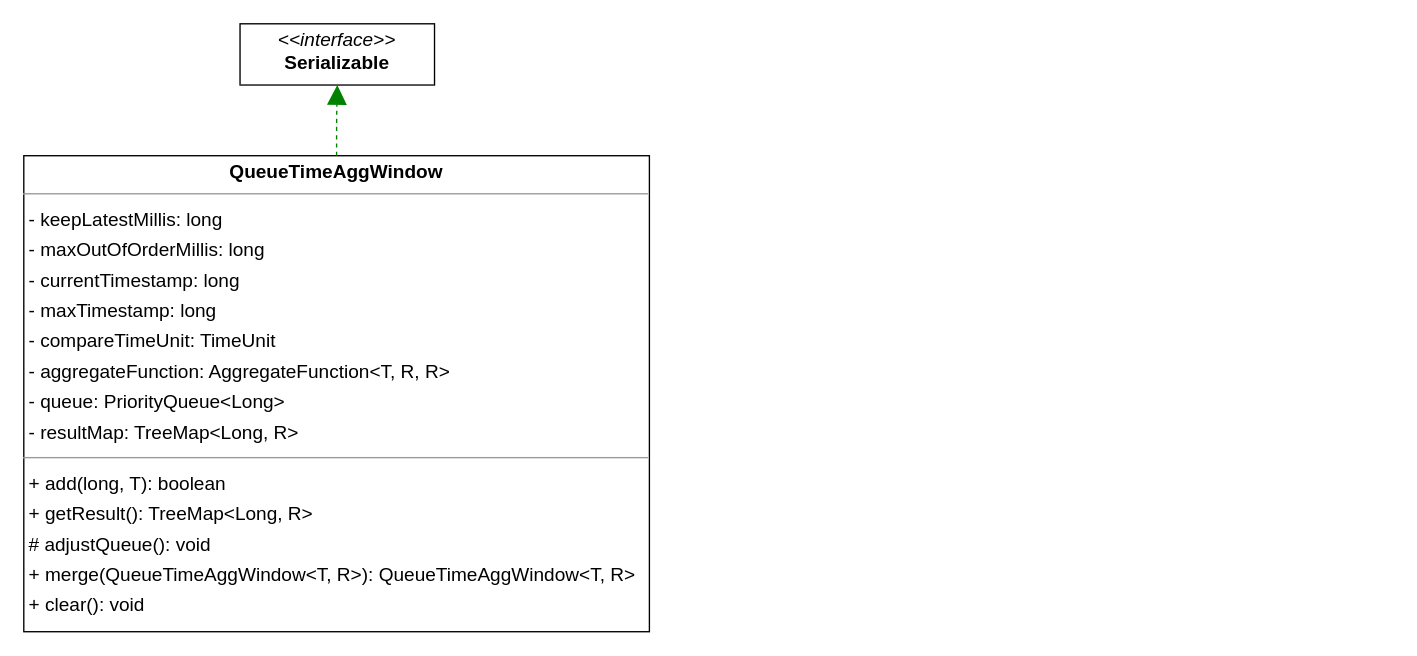
Before: diagrams/QueueTimeAggWindow.drawio in duanjiatao/others, a draw.io diagram. Source tidied: cells renumbered, new cells numbered last; positions are measured from the earlier drawing's top-left corner, leaving out a move shared by most shapes. Both pictures are drawn from the tidied source at 136%, with x=0, y=0 at pixel (23, 23).
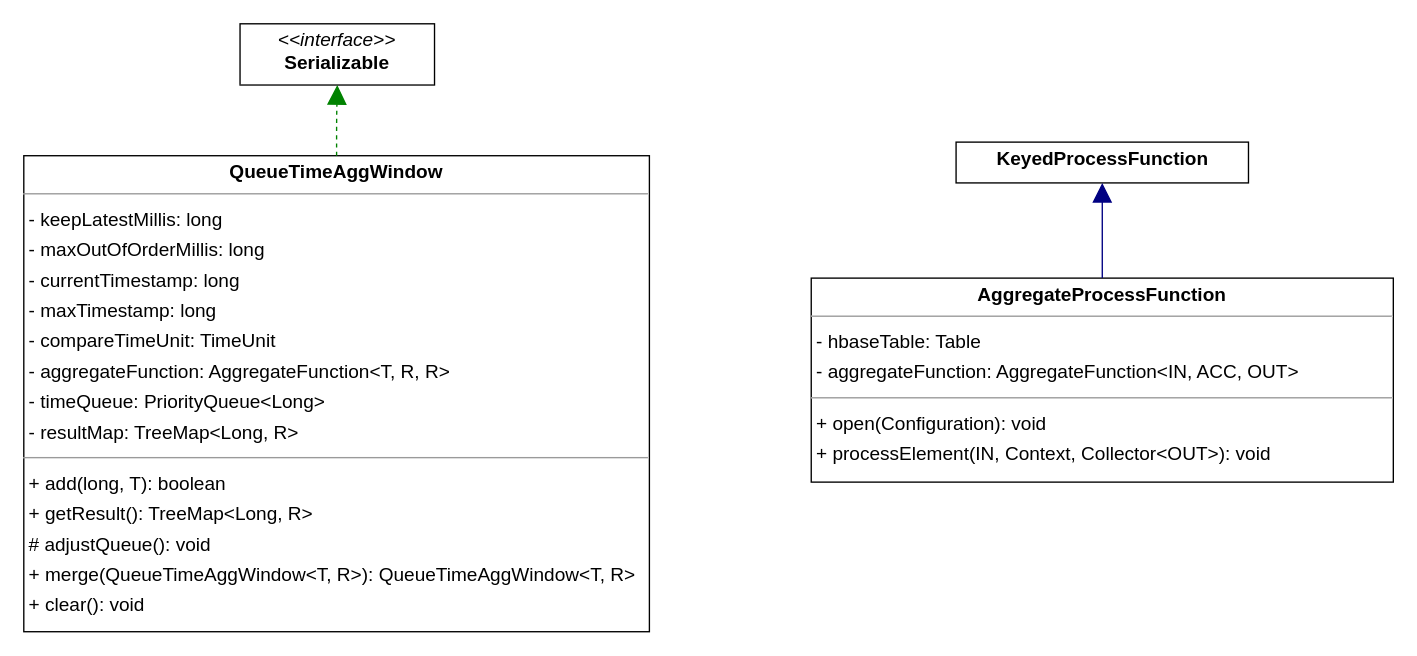
The same diagram, later.

Change to the diagram source:
```diff
@@
 <mxGraphModel>
   <root>
     <mxCell id="0" />
     <mxCell id="1" parent="0" />
-    <mxCell id="2" value="&lt;p style=&quot;margin:0px;margin-top:4px;text-align:center;&quot;&gt;&lt;b&gt;QueueTimeAggWindow&lt;/b&gt;&lt;/p&gt;&lt;hr size=&quot;1&quot;&gt;&lt;p style=&quot;margin:0 0 0 4px;line-height:1.6;&quot;&gt;- keepLatestMillis: long&lt;br&gt;&lt;/p&gt;&lt;p style=&quot;margin:0 0 0 4px;line-height:1.6;&quot;&gt;- maxOutOfOrderMillis: long&lt;br&gt;&lt;/p&gt;&lt;p style=&quot;margin:0 0 0 4px;line-height:1.6;&quot;&gt;- currentTimestamp: long&lt;br&gt;&lt;/p&gt;&lt;p style=&quot;margin:0 0 0 4px;line-height:1.6;&quot;&gt;- maxTimestamp: long&lt;/p&gt;&lt;p style=&quot;margin:0 0 0 4px;line-height:1.6;&quot;&gt;- compareTimeUnit: TimeUnit&lt;br&gt;- aggregateFunction: AggregateFunction&amp;lt;T, R, R&amp;gt;&lt;br&gt;&lt;/p&gt;&lt;p style=&quot;margin:0 0 0 4px;line-height:1.6;&quot;&gt;- queue: PriorityQueue&amp;lt;Long&amp;gt;&lt;br&gt;- resultMap: TreeMap&amp;lt;Long, R&amp;gt;&lt;/p&gt;&lt;hr size=&quot;1&quot;&gt;&lt;p style=&quot;margin:0 0 0 4px;line-height:1.6;&quot;&gt;+ add(long, T): boolean&lt;br&gt;&lt;/p&gt;&lt;p style=&quot;margin:0 0 0 4px;line-height:1.6;&quot;&gt;+ getResult(): TreeMap&amp;lt;Long, R&amp;gt;&lt;br&gt;&lt;/p&gt;&lt;p style=&quot;margin:0 0 0 4px;line-height:1.6;&quot;&gt;# adjustQueue(): void&lt;br&gt;&lt;/p&gt;&lt;p style=&quot;margin:0 0 0 4px;line-height:1.6;&quot;&gt;+ merge(QueueTimeAggWindow&amp;lt;T, R&amp;gt;): QueueTimeAggWindow&amp;lt;T, R&amp;gt;&lt;br&gt;+ clear(): void&lt;br&gt;&lt;/p&gt;" style="verticalAlign=top;align=left;overflow=fill;fontSize=14;fontFamily=Helvetica;html=1;rounded=0;shadow=0;comic=0;labelBackgroundColor=none;strokeWidth=1;" parent="1" vertex="1">
+    <mxCell id="2" value="&lt;p style=&quot;margin:0px;margin-top:4px;text-align:center;&quot;&gt;&lt;b&gt;QueueTimeAggWindow&lt;/b&gt;&lt;/p&gt;&lt;hr size=&quot;1&quot;&gt;&lt;p style=&quot;margin:0 0 0 4px;line-height:1.6;&quot;&gt;- keepLatestMillis: long&lt;br&gt;&lt;/p&gt;&lt;p style=&quot;margin:0 0 0 4px;line-height:1.6;&quot;&gt;- maxOutOfOrderMillis: long&lt;br&gt;&lt;/p&gt;&lt;p style=&quot;margin:0 0 0 4px;line-height:1.6;&quot;&gt;- currentTimestamp: long&lt;br&gt;&lt;/p&gt;&lt;p style=&quot;margin:0 0 0 4px;line-height:1.6;&quot;&gt;- maxTimestamp: long&lt;/p&gt;&lt;p style=&quot;margin:0 0 0 4px;line-height:1.6;&quot;&gt;- compareTimeUnit: TimeUnit&lt;br&gt;- aggregateFunction: AggregateFunction&amp;lt;T, R, R&amp;gt;&lt;br&gt;&lt;/p&gt;&lt;p style=&quot;margin:0 0 0 4px;line-height:1.6;&quot;&gt;- timeQueue: PriorityQueue&amp;lt;Long&amp;gt;&lt;br&gt;- resultMap: TreeMap&amp;lt;Long, R&amp;gt;&lt;/p&gt;&lt;hr size=&quot;1&quot;&gt;&lt;p style=&quot;margin:0 0 0 4px;line-height:1.6;&quot;&gt;+ add(long, T): boolean&lt;br&gt;&lt;/p&gt;&lt;p style=&quot;margin:0 0 0 4px;line-height:1.6;&quot;&gt;+ getResult(): TreeMap&amp;lt;Long, R&amp;gt;&lt;br&gt;&lt;/p&gt;&lt;p style=&quot;margin:0 0 0 4px;line-height:1.6;&quot;&gt;# adjustQueue(): void&lt;br&gt;&lt;/p&gt;&lt;p style=&quot;margin:0 0 0 4px;line-height:1.6;&quot;&gt;+ merge(QueueTimeAggWindow&amp;lt;T, R&amp;gt;): QueueTimeAggWindow&amp;lt;T, R&amp;gt;&lt;br&gt;+ clear(): void&lt;br&gt;&lt;/p&gt;" style="verticalAlign=top;align=left;overflow=fill;fontSize=14;fontFamily=Helvetica;html=1;rounded=0;shadow=0;comic=0;labelBackgroundColor=none;strokeWidth=1;" parent="1" vertex="1">
       <mxGeometry y="97" width="460" height="350" as="geometry" />
     </mxCell>
     <mxCell id="3" value="&lt;p style=&quot;margin:0px;margin-top:4px;text-align:center;&quot;&gt;&lt;i&gt;&amp;lt;&amp;lt;interface&amp;gt;&amp;gt;&lt;/i&gt;&lt;br/&gt;&lt;b&gt;Serializable&lt;/b&gt;&lt;/p&gt;&lt;hr size=&quot;1&quot;/&gt;" style="verticalAlign=top;align=left;overflow=fill;fontSize=14;fontFamily=Helvetica;html=1;rounded=0;shadow=0;comic=0;labelBackgroundColor=none;strokeWidth=1;" parent="1" vertex="1">
       <mxGeometry x="159" width="143" height="45" as="geometry" />
     </mxCell>
     <mxCell id="4" style="html=1;rounded=1;edgeStyle=orthogonalEdgeStyle;dashed=1;startArrow=none;endArrow=block;endSize=12;strokeColor=#008200;exitX=0.500;exitY=0.000;exitDx=0;exitDy=0;entryX=0.500;entryY=1.001;entryDx=0;entryDy=0;" parent="1" edge="1" source="2" target="3">
       <mxGeometry relative="1" as="geometry" />
     </mxCell>
+    <mxCell id="5" value="&lt;p style=&quot;margin:0px;margin-top:4px;text-align:center;&quot;&gt;&lt;b&gt;AggregateProcessFunction&lt;/b&gt;&lt;/p&gt;&lt;hr size=&quot;1&quot;&gt;&lt;p style=&quot;margin:0 0 0 4px;line-height:1.6;&quot;&gt;&lt;/p&gt;&lt;p style=&quot;margin:0 0 0 4px;line-height:1.6;&quot;&gt;- hbaseTable: Table&lt;br&gt;- aggregateFunction: AggregateFunction&amp;lt;IN, ACC, OUT&amp;gt;&lt;/p&gt;&lt;hr size=&quot;1&quot;&gt;&lt;p style=&quot;margin:0 0 0 4px;line-height:1.6;&quot;&gt;+ open(Configuration): void&lt;br&gt;+ processElement(IN, Context, Collector&amp;lt;OUT&amp;gt;): void&lt;/p&gt;" style="verticalAlign=top;align=left;overflow=fill;fontSize=14;fontFamily=Helvetica;html=1;rounded=0;shadow=0;comic=0;labelBackgroundColor=none;strokeWidth=1;" parent="1" vertex="1">
+      <mxGeometry x="579" y="187" width="428" height="150" as="geometry" />
+    </mxCell>
+    <mxCell id="6" value="&lt;p style=&quot;margin:0px;margin-top:4px;text-align:center;&quot;&gt;&lt;b&gt;KeyedProcessFunction&lt;/b&gt;&lt;/p&gt;&lt;p style=&quot;margin:0 0 0 4px;line-height:1.6;&quot;&gt;&lt;br&gt;&lt;/p&gt;" style="verticalAlign=top;align=left;overflow=fill;fontSize=14;fontFamily=Helvetica;html=1;rounded=0;shadow=0;comic=0;labelBackgroundColor=none;strokeWidth=1;" parent="1" vertex="1">
+      <mxGeometry x="685.5" y="87" width="215" height="30" as="geometry" />
+    </mxCell>
+    <mxCell id="7" style="html=1;rounded=1;edgeStyle=orthogonalEdgeStyle;dashed=0;startArrow=none;endArrow=block;endSize=12;strokeColor=#000082;exitX=0.500;exitY=0.000;exitDx=0;exitDy=0;entryX=0.500;entryY=1.000;entryDx=0;entryDy=0;" parent="1" edge="1" source="5" target="6">
+      <mxGeometry relative="1" as="geometry" />
+    </mxCell>
   </root>
 </mxGraphModel>
```
